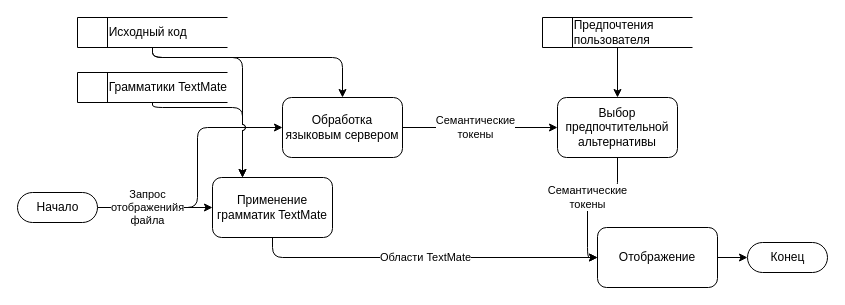
Before: presentation/diagrams/dfd-to-be.drawio in bearpro/domain-specific-syntax-highlitning, a draw.io diagram. Source tidied: cells renumbered, new cells numbered last; positions are measured from the earlier drawing's top-left corner, leaving out a move shared by most shapes. Both pictures are drawn from the tidied source at 100%, with x=0, y=0 at pixel (17, 17).
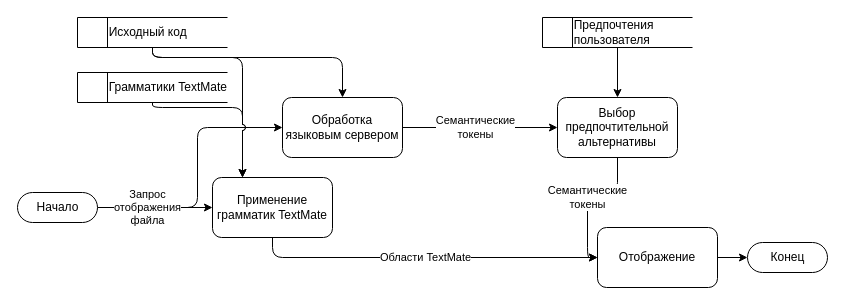
The same page after the edit.

Unchanged cells that the change refers to:
```xml
<mxCell id="4" value="Применение грамматик TextMate" style="rounded=1;whiteSpace=wrap;html=1;" parent="1" vertex="1">
  <mxGeometry x="195" y="160" width="120" height="60" as="geometry" />
</mxCell>
<mxCell id="11" value="Начало" style="html=1;dashed=0;whitespace=wrap;shape=mxgraph.dfd.start;" parent="1" vertex="1">
  <mxGeometry y="175" width="80" height="30" as="geometry" />
</mxCell>
```

The edit, as a diff of the source:
```diff
@@
-    <mxCell id="10" value="Запрос &lt;br&gt;отображенийя&lt;br&gt;файла" style="edgeStyle=none;html=1;exitX=1;exitY=0.5;exitDx=0;exitDy=0;exitPerimeter=0;" parent="1" edge="1" source="11" target="4">
+    <mxCell id="10" value="Запрос &lt;br&gt;отображения&lt;br&gt;файла" style="edgeStyle=none;html=1;exitX=1;exitY=0.5;exitDx=0;exitDy=0;exitPerimeter=0;" parent="1" edge="1" source="11" target="4">
       <mxGeometry x="-0.13" relative="1" as="geometry" />
     </mxCell>
```
